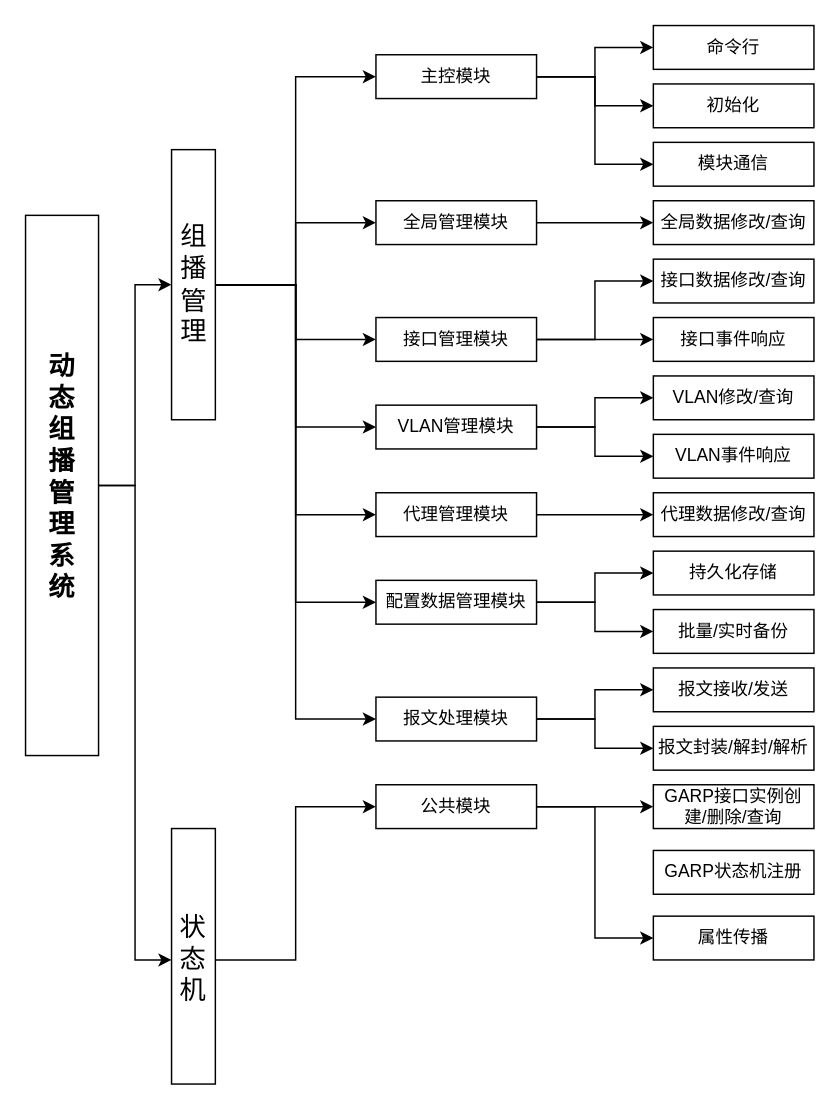
Above: 模块图.drawio in chy-ustc/diagrams (draw.io), before the change. Source tidied: cells renumbered, new cells numbered last; positions are measured from the earlier drawing's top-left corner, leaving out a move shared by most shapes. Both pictures are drawn from the tidied source at 146%, with x=0, y=0 at pixel (25, 25).
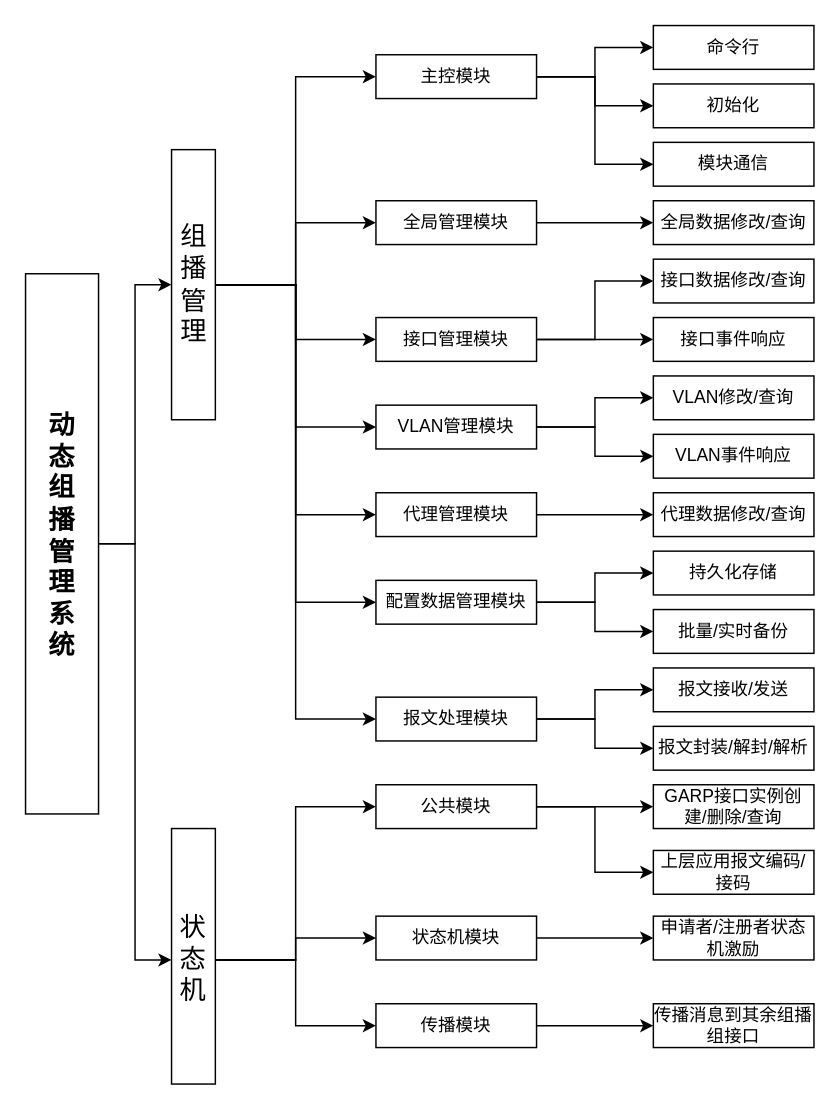
The same diagram, later.

Commit message:
更新模块图.drawio

Unchanged cells that the change refers to:
```xml
<mxCell id="30" value="公共模块" style="rounded=0;whiteSpace=wrap;html=1;" parent="1" vertex="1">
  <mxGeometry x="240" y="520" width="110" height="30" as="geometry" />
</mxCell>
<mxCell id="56" value="&lt;h2&gt;&lt;span style=&quot;font-weight: normal;&quot;&gt;状态机&lt;/span&gt;&lt;/h2&gt;" style="text;html=1;strokeColor=none;fillColor=none;align=center;verticalAlign=middle;whiteSpace=wrap;rounded=0;" parent="1" vertex="1">
  <mxGeometry x="100" y="550" width="30" height="180" as="geometry" />
</mxCell>
```

Diff of the diagram source:
```diff
@@
     <mxCell id="29" style="edgeStyle=orthogonalEdgeStyle;rounded=0;jettySize=auto;html=1;entryX=0;entryY=0.5;entryDx=0;entryDy=0;" parent="1" edge="1" source="30" target="49">
       <mxGeometry relative="1" as="geometry">
         <Array as="points">
           <mxPoint x="390" y="535" />
-          <mxPoint x="390" y="625" />
+          <mxPoint x="390" y="580" />
         </Array>
       </mxGeometry>
     </mxCell>
@@
-    <mxCell id="48" value="GARP状态机注册" style="rounded=0;whiteSpace=wrap;html=1;" parent="1" vertex="1">
-      <mxGeometry x="430" y="565" width="110" height="30" as="geometry" />
-    </mxCell>
-    <mxCell id="49" value="属性传播" style="rounded=0;whiteSpace=wrap;html=1;" parent="1" vertex="1">
-      <mxGeometry x="430" y="610" width="110" height="30" as="geometry" />
+    <mxCell id="49" value="上层应用报文编码/接码" style="rounded=0;whiteSpace=wrap;html=1;" parent="1" vertex="1">
+      <mxGeometry x="430" y="565" width="110" height="30" as="geometry" />
     </mxCell>
@@
     <mxCell id="52" value="&lt;h3&gt;&lt;br&gt;&lt;/h3&gt;" style="rounded=0;whiteSpace=wrap;html=1;" parent="1" vertex="1">
-      <mxGeometry y="130" width="50" height="370" as="geometry" />
+      <mxGeometry y="170" width="50" height="370" as="geometry" />
     </mxCell>
     <mxCell id="53" value="&lt;h2&gt;动态组播管理系统&lt;/h2&gt;" style="text;html=1;strokeColor=none;fillColor=none;align=center;verticalAlign=middle;whiteSpace=wrap;rounded=0;" parent="1" vertex="1">
-      <mxGeometry x="10" y="220" width="30" height="180" as="geometry" />
+      <mxGeometry x="10" y="260" width="30" height="180" as="geometry" />
     </mxCell>
@@
+    <mxCell id="57" style="edgeStyle=orthogonalEdgeStyle;rounded=0;jettySize=auto;html=1;" parent="1" edge="1" source="56" target="60">
+      <mxGeometry relative="1" as="geometry" />
+    </mxCell>
+    <mxCell id="58" style="edgeStyle=orthogonalEdgeStyle;rounded=0;jettySize=auto;html=1;entryX=0;entryY=0.5;entryDx=0;entryDy=0;" parent="1" edge="1" source="56" target="63">
+      <mxGeometry relative="1" as="geometry" />
+    </mxCell>
@@
+    <mxCell id="59" style="edgeStyle=orthogonalEdgeStyle;rounded=0;jettySize=auto;html=1;" parent="1" edge="1" source="60" target="61">
+      <mxGeometry relative="1" as="geometry" />
+    </mxCell>
+    <mxCell id="60" value="状态机模块" style="rounded=0;whiteSpace=wrap;html=1;" parent="1" vertex="1">
+      <mxGeometry x="240" y="610" width="110" height="30" as="geometry" />
+    </mxCell>
+    <mxCell id="61" value="申请者/注册者状态机激励" style="rounded=0;whiteSpace=wrap;html=1;" parent="1" vertex="1">
+      <mxGeometry x="430" y="610" width="110" height="30" as="geometry" />
+    </mxCell>
+    <mxCell id="62" style="edgeStyle=orthogonalEdgeStyle;rounded=0;jettySize=auto;html=1;entryX=0;entryY=0.5;entryDx=0;entryDy=0;" parent="1" edge="1" source="63" target="64">
+      <mxGeometry relative="1" as="geometry" />
+    </mxCell>
+    <mxCell id="63" value="传播模块" style="rounded=0;whiteSpace=wrap;html=1;" parent="1" vertex="1">
+      <mxGeometry x="240" y="670" width="110" height="30" as="geometry" />
+    </mxCell>
+    <mxCell id="64" value="传播消息到其余组播组接口" style="rounded=0;whiteSpace=wrap;html=1;" parent="1" vertex="1">
+      <mxGeometry x="430" y="670" width="110" height="30" as="geometry" />
+    </mxCell>
```
